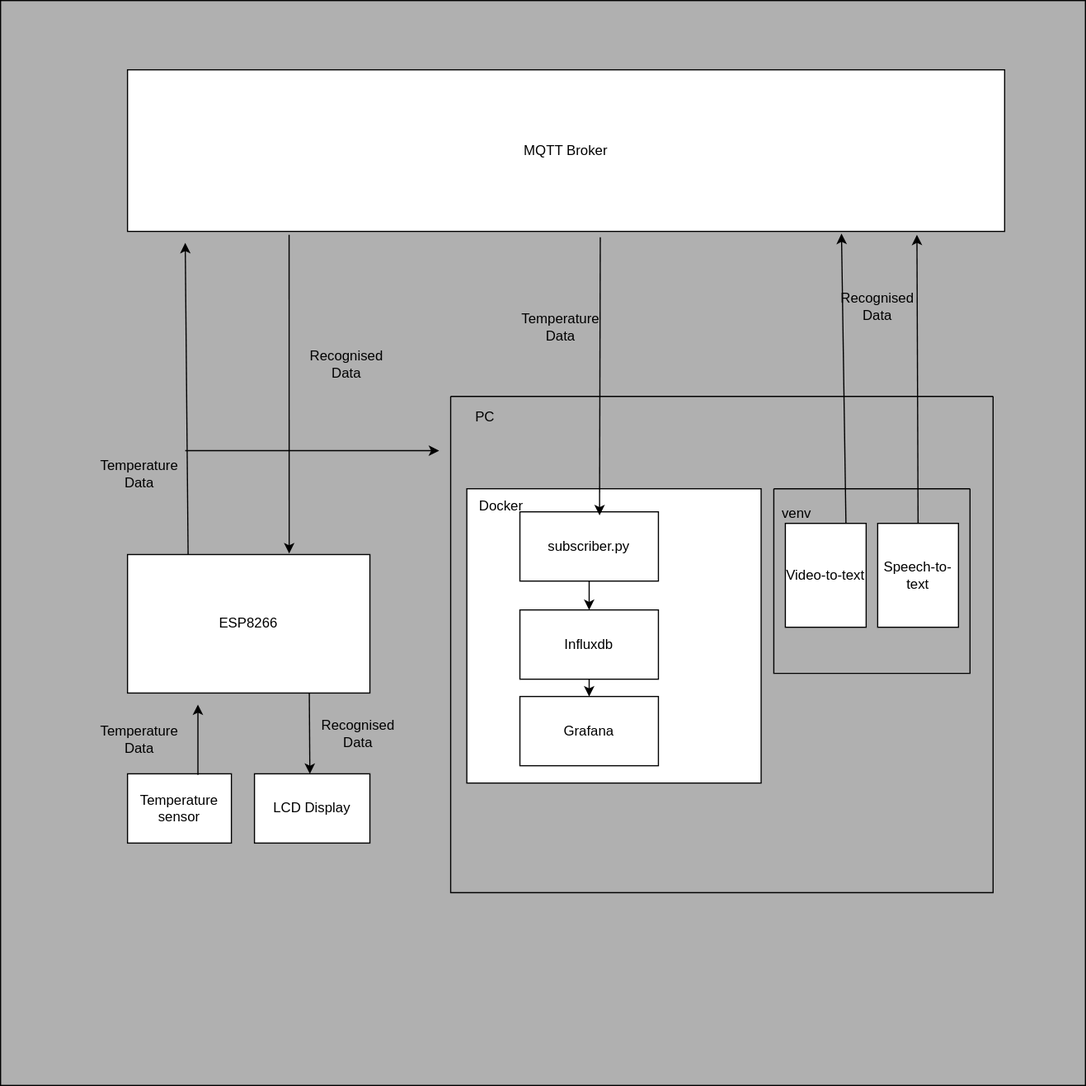
dsfgtrbvrsdrf/IoT keeps this draw.io diagram as plan.svg. Above is the earlier version. Source tidied: cells renumbered, new cells last; positions are measured from the earlier drawing's top-left corner, leaving out a move shared by most shapes.
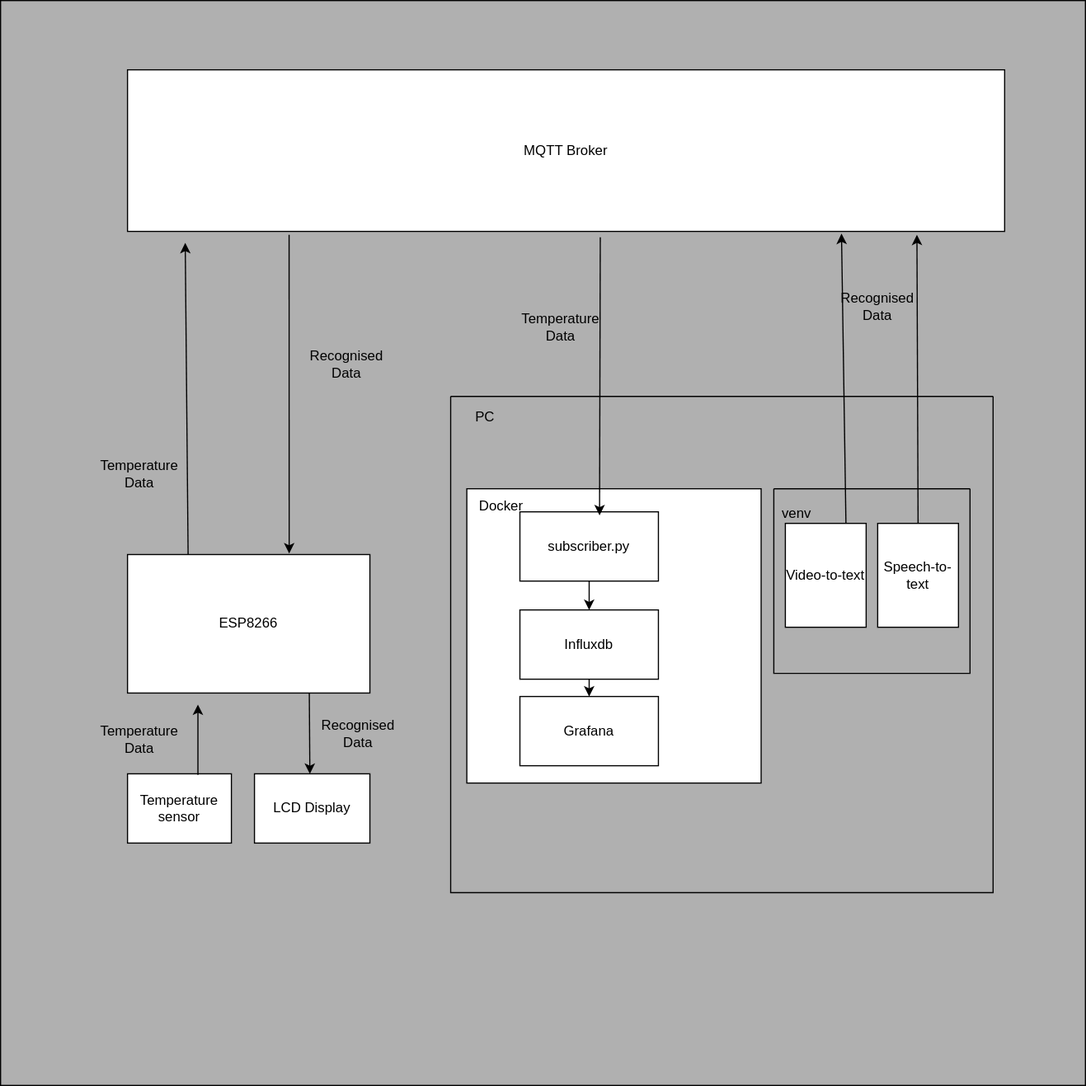
After the commit.

Diff of the diagram source:
```diff
@@ -103,11 +103,5 @@
     <mxCell id="32" value="Recognised&lt;div&gt;Data&lt;/div&gt;" style="text;html=1;align=center;verticalAlign=middle;whiteSpace=wrap;rounded=0;" parent="1" vertex="1">
       <mxGeometry x="280" y="620" width="60" height="30" as="geometry" />
     </mxCell>
-    <mxCell id="33" style="endArrow=classic;html=1;rounded=0;" parent="1" edge="1">
-      <mxGeometry relative="1" as="geometry">
-        <mxPoint x="160" y="390" as="sourcePoint" />
-        <mxPoint x="380" y="390" as="targetPoint" />
-      </mxGeometry>
-    </mxCell>
   </root>
 </mxGraphModel>
```
